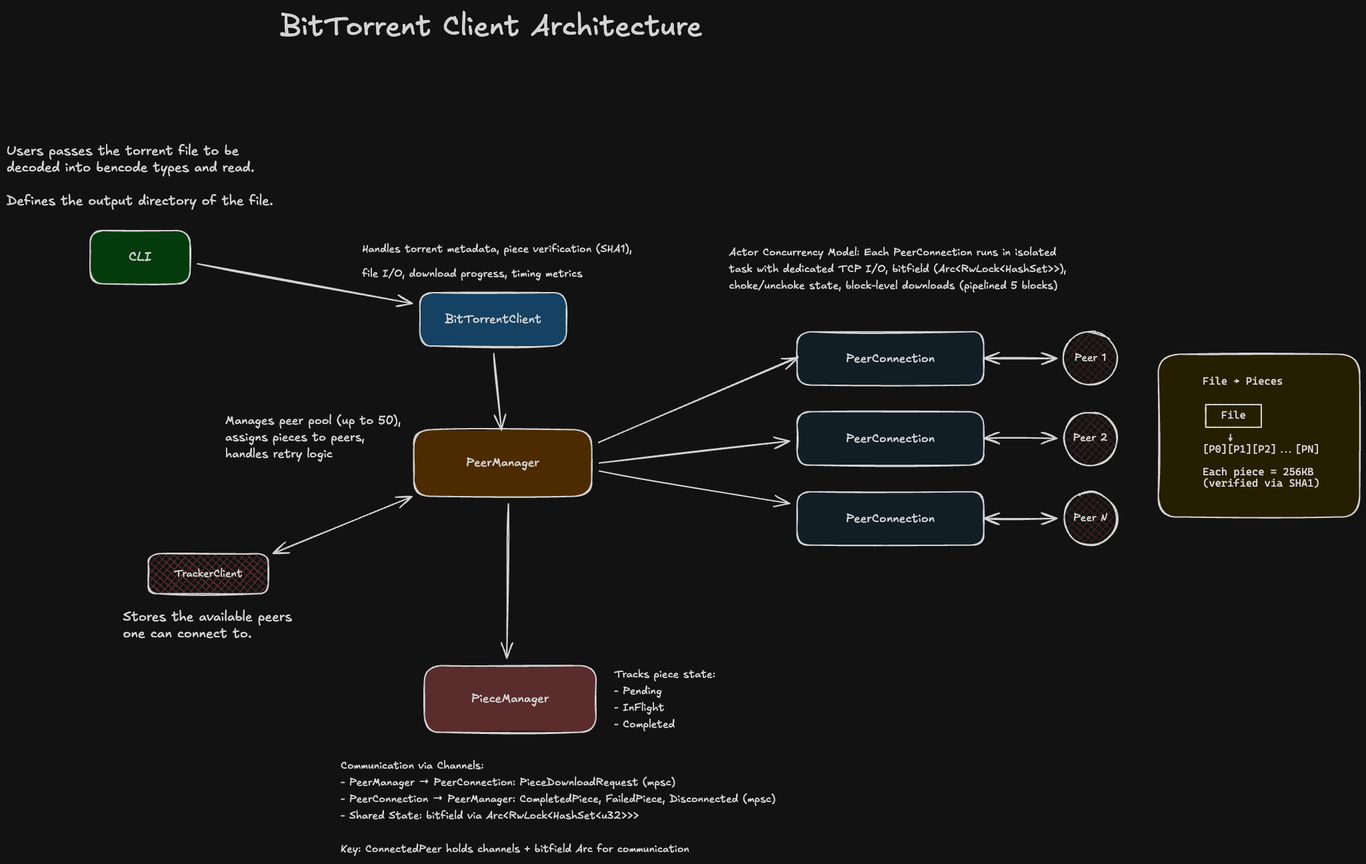
davidalecrim1/bittorrent-from-scratch keeps this Excalidraw diagram as docs/system-design-bittorrent-client.excalidraw.png. Above is the earlier version. Source tidied: one line per element, renumbered; positions are measured from the earlier drawing's top-left corner, leaving out a move shared by most shapes.
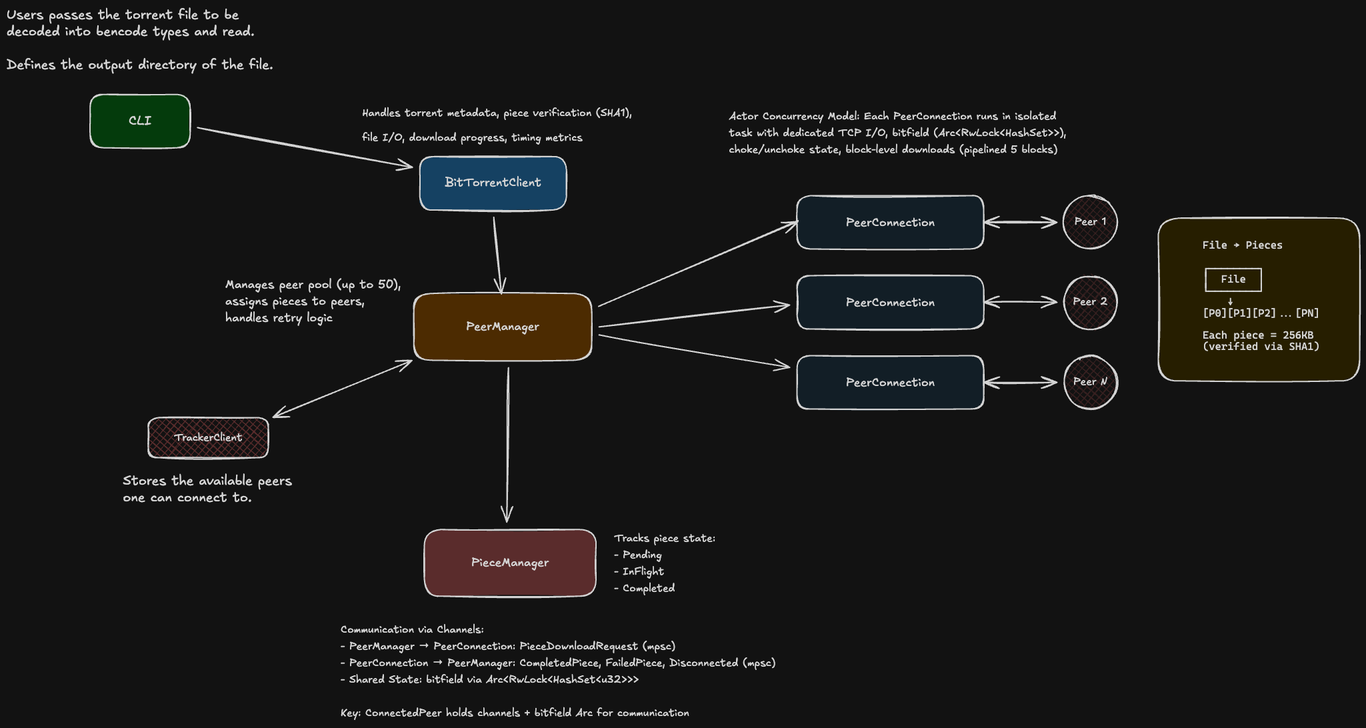
The same diagram one commit later.

Commit message:
docs: update system design

Diff of the diagram source:
```diff
@@ -33,7 +33,6 @@
 {"id": 32, "type": "text", "text": "Manages peer pool (up to 50),\nassigns pieces to peers,\nhandles retry logic", "strokeColor": "#1e1e1e", "strokeWidth": 2, "roughness": 1, "fontSize": 18, "fontFamily": 5, "x": 328, "y": 609, "width": 380, "height": 75}
 {"id": 33, "type": "text", "text": "Tracks piece state:\n- Pending\n- InFlight\n- Completed", "strokeColor": "#1e1e1e", "strokeWidth": 2, "roughness": 1, "fontSize": 16, "fontFamily": 5, "x": 911, "y": 990, "width": 300, "height": 100}
 {"id": 34, "type": "text", "text": "Actor Concurrency Model: Each PeerConnection runs in isolated\ntask with dedicated TCP I/O, bitfield (Arc<RwLock<HashSet>>),\nchoke/unchoke state, block-level downloads (pipelined 5 blocks)", "strokeColor": "#1e1e1e", "strokeWidth": 2, "roughness": 1, "fontSize": 16, "fontFamily": 5, "x": 1084, "y": 356, "width": 527, "height": 75}
-{"id": 35, "type": "text", "text": "BitTorrent Client Architecture", "strokeColor": "#1e1e1e", "strokeWidth": 2, "roughness": 1, "fontSize": 42.58, "fontFamily": 5, "x": 410, "y": 0, "width": 634, "height": 62}
 {"id": 36, "type": "text", "text": "Communication via Channels:\n- PeerManager → PeerConnection: PieceDownloadRequest (mpsc)\n- PeerConnection → PeerManager: CompletedPiece, FailedPiece, Disconnected (mpsc)\n- Shared State: bitfield via Arc<RwLock<HashSet<u32>>>\n\nKey: ConnectedPeer holds channels + bitfield Arc for communication", "strokeColor": "#1e1e1e", "strokeWidth": 2, "roughness": 1, "fontSize": 16, "fontFamily": 5, "x": 501, "y": 1126, "width": 652, "height": 150}
 {"id": 37, "type": "arrow", "strokeColor": "#1e1e1e", "strokeWidth": 2, "roughness": 1, "endArrowhead": "arrow", "round": true, "from": 4, "to": 8, "x": 888, "y": 654, "width": 298, "height": 129, "points": [[0, 0], [298, -129]]}
 {"id": 38, "type": "rectangle", "strokeColor": "#1e1e1e", "backgroundColor": "#fff5ba", "fillStyle": "solid", "strokeWidth": 2, "roughness": 1, "round": true, "x": 1728, "y": 521, "width": 302, "height": 244}
```
